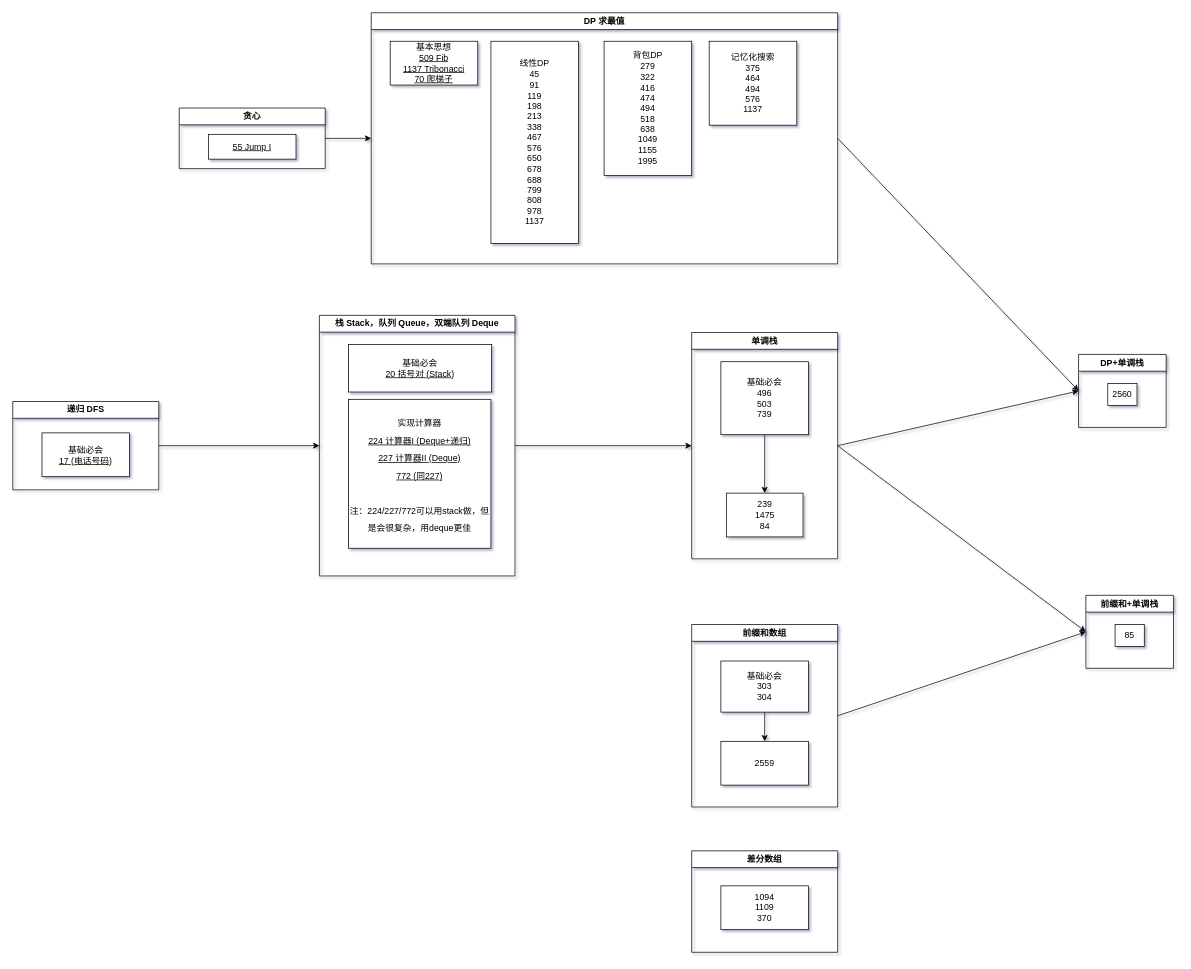
The draw.io diagram drawio/map.drawio in jssonx/algo-playground, before the edit. Source tidied: cells renumbered, new cells numbered last; positions are measured from the earlier drawing's top-left corner, leaving out a move shared by most shapes. Both pictures are drawn from the tidied source at 73%, with x=0, y=0 at pixel (12, 12).
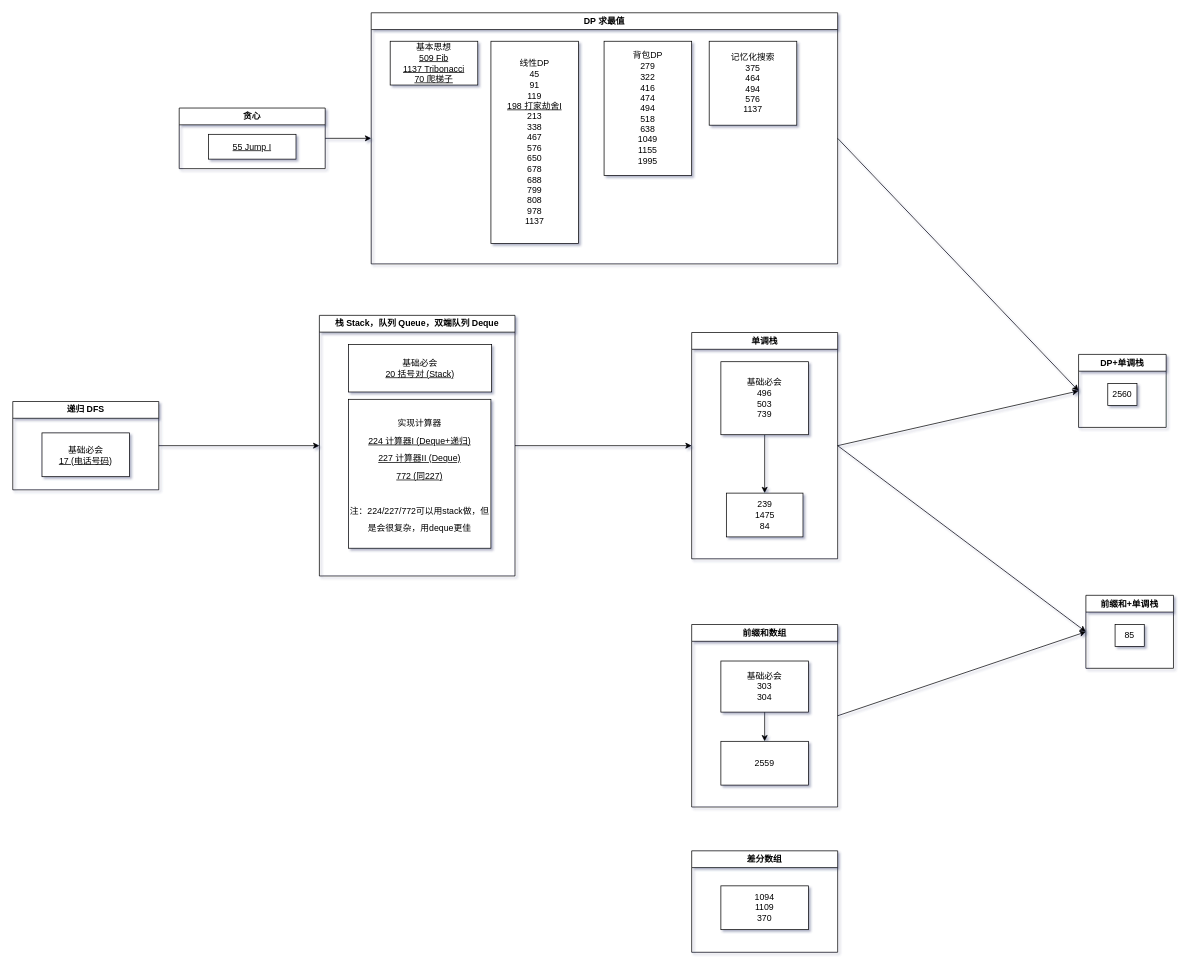
The same page after the edit.

What changed in the source:
```diff
@@
-    <mxCell id="31" value="线性DP&lt;br&gt;45&lt;br&gt;91&lt;br&gt;119&lt;br&gt;198&lt;br&gt;213&lt;br&gt;338&lt;br&gt;467&lt;br&gt;576&lt;br&gt;650&lt;br&gt;678&lt;br&gt;688&lt;br&gt;799&lt;br&gt;808&lt;br&gt;978&lt;br&gt;1137" style="whiteSpace=wrap;html=1;" parent="1" vertex="1">
+    <mxCell id="31" value="线性DP&lt;br&gt;45&lt;br&gt;91&lt;br&gt;119&lt;br&gt;&lt;u&gt;198 打家劫舍I&lt;/u&gt;&lt;br&gt;213&lt;br&gt;338&lt;br&gt;467&lt;br&gt;576&lt;br&gt;650&lt;br&gt;678&lt;br&gt;688&lt;br&gt;799&lt;br&gt;808&lt;br&gt;978&lt;br&gt;1137" style="whiteSpace=wrap;html=1;" parent="1" vertex="1">
       <mxGeometry x="655" y="39" width="120" height="277" as="geometry" />
     </mxCell>
```
